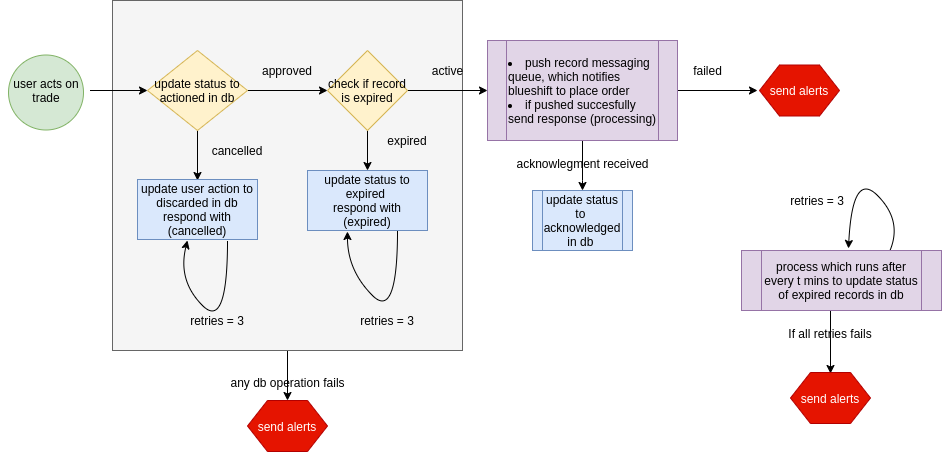
Before: notification service flow chart 1.png, a diagram exported from draw.io (madhusai3113/bootcards). Source tidied: cells renumbered, new cells last; positions are measured from the earlier drawing's top-left corner, leaving out a move shared by most shapes. Its diagram source:
```xml
<mxGraphModel>
  <root>
    <mxCell id="0" />
    <mxCell id="1" parent="0" />
    <mxCell id="2" style="edgeStyle=orthogonalEdgeStyle;rounded=0;jettySize=auto;html=1;" parent="1" edge="1" source="3">
      <mxGeometry relative="1" as="geometry">
        <mxPoint x="286" y="400" as="targetPoint" />
      </mxGeometry>
    </mxCell>
    <mxCell id="3" style="whiteSpace=wrap;html=1;fillColor=#f5f5f5;strokeColor=#666666;fontColor=#333333;" parent="1" vertex="1">
      <mxGeometry x="111" width="350" height="350" as="geometry" />
    </mxCell>
    <mxCell id="4" style="edgeStyle=orthogonalEdgeStyle;rounded=0;jettySize=auto;html=1;" parent="1" edge="1" source="6">
      <mxGeometry relative="1" as="geometry">
        <mxPoint x="196" y="180" as="targetPoint" />
      </mxGeometry>
    </mxCell>
    <mxCell id="5" style="edgeStyle=orthogonalEdgeStyle;rounded=0;jettySize=auto;html=1;" parent="1" edge="1" source="6">
      <mxGeometry relative="1" as="geometry">
        <mxPoint x="326" y="90" as="targetPoint" />
      </mxGeometry>
    </mxCell>
    <mxCell id="6" value="update status to actioned in db" style="rhombus;whiteSpace=wrap;html=1;fillColor=#fff2cc;strokeColor=#d6b656;" parent="1" vertex="1">
      <mxGeometry x="146" y="50" width="100" height="80" as="geometry" />
    </mxCell>
    <mxCell id="7" style="edgeStyle=orthogonalEdgeStyle;rounded=0;jettySize=auto;html=1;" parent="1" edge="1" target="6">
      <mxGeometry relative="1" as="geometry">
        <mxPoint x="88.5" y="90" as="sourcePoint" />
      </mxGeometry>
    </mxCell>
    <mxCell id="8" value="update user action to discarded in db&lt;br&gt;respond with (cancelled)" style="rounded=0;whiteSpace=wrap;html=1;fillColor=#dae8fc;strokeColor=#6c8ebf;" parent="1" vertex="1">
      <mxGeometry x="136" y="179" width="120" height="60" as="geometry" />
    </mxCell>
    <mxCell id="9" value="cancelled" style="text;html=1;strokeColor=none;fillColor=none;align=center;verticalAlign=middle;whiteSpace=wrap;rounded=0;" parent="1" vertex="1">
      <mxGeometry x="216" y="140" width="40" height="20" as="geometry" />
    </mxCell>
    <mxCell id="10" style="edgeStyle=orthogonalEdgeStyle;rounded=0;jettySize=auto;html=1;" parent="1" edge="1" source="12">
      <mxGeometry relative="1" as="geometry">
        <mxPoint x="366" y="170" as="targetPoint" />
        <Array as="points">
          <mxPoint x="366" y="170" />
          <mxPoint x="366" y="170" />
        </Array>
      </mxGeometry>
    </mxCell>
    <mxCell id="11" style="edgeStyle=orthogonalEdgeStyle;rounded=0;jettySize=auto;html=1;" parent="1" edge="1" source="12">
      <mxGeometry relative="1" as="geometry">
        <mxPoint x="486" y="90" as="targetPoint" />
      </mxGeometry>
    </mxCell>
    <mxCell id="12" value="check if record is expired" style="rhombus;whiteSpace=wrap;html=1;fillColor=#fff2cc;strokeColor=#d6b656;" parent="1" vertex="1">
      <mxGeometry x="326" y="50" width="80" height="80" as="geometry" />
    </mxCell>
    <mxCell id="13" value="approved" style="text;html=1;strokeColor=none;fillColor=none;align=center;verticalAlign=middle;whiteSpace=wrap;rounded=0;" parent="1" vertex="1">
      <mxGeometry x="266" y="60" width="40" height="20" as="geometry" />
    </mxCell>
    <mxCell id="14" value="expired" style="text;html=1;strokeColor=none;fillColor=none;align=center;verticalAlign=middle;whiteSpace=wrap;rounded=0;" parent="1" vertex="1">
      <mxGeometry x="386" y="130" width="40" height="20" as="geometry" />
    </mxCell>
    <mxCell id="15" value="update status to expired&amp;nbsp;&lt;br&gt;respond with&lt;br&gt;(expired)" style="rounded=0;whiteSpace=wrap;html=1;fillColor=#dae8fc;strokeColor=#6c8ebf;" parent="1" vertex="1">
      <mxGeometry x="306" y="170" width="120" height="60" as="geometry" />
    </mxCell>
    <mxCell id="16" value="active" style="text;html=1;align=center;verticalAlign=middle;" parent="1" vertex="1">
      <mxGeometry x="421" y="60" width="50" height="20" as="geometry" />
    </mxCell>
    <mxCell id="17" style="edgeStyle=orthogonalEdgeStyle;rounded=0;jettySize=auto;html=1;" parent="1" edge="1" source="19">
      <mxGeometry relative="1" as="geometry">
        <mxPoint x="581" y="190" as="targetPoint" />
        <Array as="points">
          <mxPoint x="581" y="180" />
          <mxPoint x="581" y="180" />
        </Array>
      </mxGeometry>
    </mxCell>
    <mxCell id="18" style="edgeStyle=orthogonalEdgeStyle;rounded=0;jettySize=auto;html=1;" parent="1" edge="1" source="19">
      <mxGeometry relative="1" as="geometry">
        <mxPoint x="756" y="90" as="targetPoint" />
      </mxGeometry>
    </mxCell>
    <mxCell id="19" value="&lt;li style=&quot;white-space: normal&quot;&gt;push record messaging queue, which notifies blueshift to place order&lt;/li&gt;&lt;li style=&quot;white-space: normal&quot;&gt;if pushed succesfully send response (processing)&lt;/li&gt;" style="shape=process;whiteSpace=wrap;html=1;backgroundOutline=1;align=left;fillColor=#e1d5e7;strokeColor=#9673a6;" parent="1" vertex="1">
      <mxGeometry x="486" y="40" width="190" height="100" as="geometry" />
    </mxCell>
    <mxCell id="20" value="&lt;span style=&quot;white-space: normal&quot;&gt;update status to&amp;nbsp; acknowledged in db&amp;nbsp;&lt;br&gt;&lt;/span&gt;" style="shape=process;whiteSpace=wrap;html=1;backgroundOutline=1;align=center;fillColor=#dae8fc;strokeColor=#6c8ebf;" parent="1" vertex="1">
      <mxGeometry x="531" y="190" width="100" height="60" as="geometry" />
    </mxCell>
    <mxCell id="21" value="acknowlegment received" style="text;html=1;align=center;verticalAlign=middle;" parent="1" vertex="1">
      <mxGeometry x="506" y="153" width="150" height="20" as="geometry" />
    </mxCell>
    <mxCell id="22" style="curved=1;endArrow=classic;html=1;" parent="1" edge="1">
      <mxGeometry relative="1" as="geometry">
        <mxPoint x="226" y="240" as="sourcePoint" />
        <mxPoint x="186" y="240" as="targetPoint" />
        <Array as="points">
          <mxPoint x="226" y="330" />
          <mxPoint x="176" y="280" />
        </Array>
      </mxGeometry>
    </mxCell>
    <mxCell id="23" value="retries = 3" style="text;html=1;strokeColor=none;fillColor=none;align=center;verticalAlign=middle;whiteSpace=wrap;rounded=0;" parent="1" vertex="1">
      <mxGeometry x="166" y="310" width="100" height="20" as="geometry" />
    </mxCell>
    <mxCell id="24" style="curved=1;endArrow=classic;html=1;exitX=0.75;exitY=1;exitDx=0;exitDy=0;entryX=0.333;entryY=1.017;entryDx=0;entryDy=0;entryPerimeter=0;" parent="1" edge="1" source="15" target="15">
      <mxGeometry relative="1" as="geometry">
        <Array as="points">
          <mxPoint x="396" y="320" />
          <mxPoint x="346" y="270" />
        </Array>
      </mxGeometry>
    </mxCell>
    <mxCell id="25" value="retries = 3" style="text;html=1;strokeColor=none;fillColor=none;align=center;verticalAlign=middle;whiteSpace=wrap;rounded=0;" parent="1" vertex="1">
      <mxGeometry x="336" y="310" width="100" height="20" as="geometry" />
    </mxCell>
    <mxCell id="26" value="send alerts" style="shape=hexagon;perimeter=hexagonPerimeter2;whiteSpace=wrap;html=1;fillColor=#e51400;strokeColor=#B20000;fontColor=#ffffff;" parent="1" vertex="1">
      <mxGeometry x="246" y="400" width="80" height="51" as="geometry" />
    </mxCell>
    <mxCell id="27" style="edgeStyle=orthogonalEdgeStyle;rounded=0;orthogonalLoop=1;jettySize=auto;html=1;" parent="1" edge="1">
      <mxGeometry relative="1" as="geometry">
        <mxPoint x="829" y="293" as="sourcePoint" />
        <mxPoint x="829" y="373" as="targetPoint" />
      </mxGeometry>
    </mxCell>
    <mxCell id="28" value="send alerts" style="shape=hexagon;perimeter=hexagonPerimeter2;whiteSpace=wrap;html=1;fillColor=#e51400;strokeColor=#B20000;fontColor=#ffffff;" parent="1" vertex="1">
      <mxGeometry x="789" y="372" width="80" height="51" as="geometry" />
    </mxCell>
    <mxCell id="29" value="If all retries fails" style="text;html=1;strokeColor=none;fillColor=none;align=center;verticalAlign=middle;whiteSpace=wrap;rounded=0;" parent="1" vertex="1">
      <mxGeometry x="769" y="323" width="120" height="20" as="geometry" />
    </mxCell>
    <mxCell id="30" style="curved=1;endArrow=classic;html=1;exitX=0.25;exitY=0;exitDx=0;exitDy=0;entryX=0.116;entryY=-0.029;entryDx=0;entryDy=0;entryPerimeter=0;" parent="1" edge="1">
      <mxGeometry relative="1" as="geometry">
        <mxPoint x="888.5" y="250" as="sourcePoint" />
        <mxPoint x="847" y="248" as="targetPoint" />
        <Array as="points">
          <mxPoint x="901" y="220" />
          <mxPoint x="851" y="170" />
        </Array>
      </mxGeometry>
    </mxCell>
    <mxCell id="31" value="retries = 3" style="text;html=1;strokeColor=none;fillColor=none;align=center;verticalAlign=middle;whiteSpace=wrap;rounded=0;" parent="1" vertex="1">
      <mxGeometry x="766" y="190" width="100" height="20" as="geometry" />
    </mxCell>
    <mxCell id="32" value="process which runs after every t mins to update status of expired records in db" style="shape=process;whiteSpace=wrap;html=1;backgroundOutline=1;fillColor=#e1d5e7;strokeColor=#9673a6;" parent="1" vertex="1">
      <mxGeometry x="740" y="250" width="200" height="60" as="geometry" />
    </mxCell>
    <mxCell id="33" value="any db operation fails" style="text;html=1;align=center;verticalAlign=middle;" parent="1" vertex="1">
      <mxGeometry x="221" y="372" width="130" height="20" as="geometry" />
    </mxCell>
    <mxCell id="34" value="failed" style="text;html=1;align=center;verticalAlign=middle;" parent="1" vertex="1">
      <mxGeometry x="686" y="60" width="40" height="20" as="geometry" />
    </mxCell>
    <mxCell id="35" value="send alerts" style="shape=hexagon;perimeter=hexagonPerimeter2;whiteSpace=wrap;html=1;fillColor=#e51400;strokeColor=#B20000;fontColor=#ffffff;" parent="1" vertex="1">
      <mxGeometry x="758" y="64.5" width="80" height="51" as="geometry" />
    </mxCell>
    <mxCell id="36" style="ellipse;whiteSpace=wrap;html=1;fillColor=#d5e8d4;strokeColor=#82b366;" parent="1" vertex="1">
      <mxGeometry x="7" y="54.5" width="75" height="75" as="geometry" />
    </mxCell>
    <mxCell id="37" value="user acts on trade" style="text;html=1;align=center;verticalAlign=middle;whiteSpace=wrap;rounded=0;" parent="1" vertex="1">
      <mxGeometry x="-0.5" y="80" width="90" height="20" as="geometry" />
    </mxCell>
  </root>
</mxGraphModel>
```
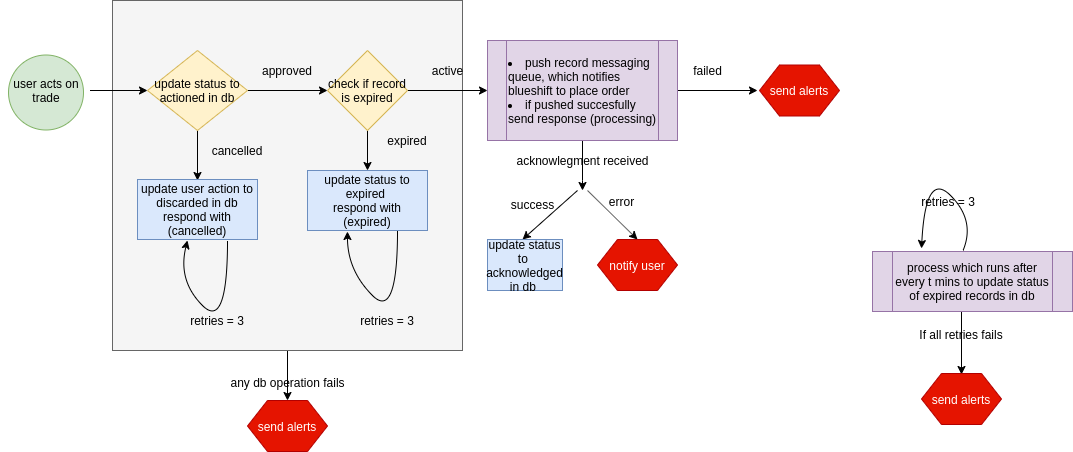
After the change.

Diff of the diagram source:
```diff
@@ -80,11 +80,8 @@
     <mxCell id="19" value="&lt;li style=&quot;white-space: normal&quot;&gt;push record messaging queue, which notifies blueshift to place order&lt;/li&gt;&lt;li style=&quot;white-space: normal&quot;&gt;if pushed succesfully send response (processing)&lt;/li&gt;" style="shape=process;whiteSpace=wrap;html=1;backgroundOutline=1;align=left;fillColor=#e1d5e7;strokeColor=#9673a6;" parent="1" vertex="1">
       <mxGeometry x="486" y="40" width="190" height="100" as="geometry" />
     </mxCell>
-    <mxCell id="20" value="&lt;span style=&quot;white-space: normal&quot;&gt;update status to&amp;nbsp; acknowledged in db&amp;nbsp;&lt;br&gt;&lt;/span&gt;" style="shape=process;whiteSpace=wrap;html=1;backgroundOutline=1;align=center;fillColor=#dae8fc;strokeColor=#6c8ebf;" parent="1" vertex="1">
-      <mxGeometry x="531" y="190" width="100" height="60" as="geometry" />
-    </mxCell>
     <mxCell id="21" value="acknowlegment received" style="text;html=1;align=center;verticalAlign=middle;" parent="1" vertex="1">
-      <mxGeometry x="506" y="153" width="150" height="20" as="geometry" />
+      <mxGeometry x="506" y="150" width="150" height="20" as="geometry" />
     </mxCell>
     <mxCell id="22" style="curved=1;endArrow=classic;html=1;" parent="1" edge="1">
       <mxGeometry relative="1" as="geometry">
@@ -115,31 +112,31 @@
     </mxCell>
     <mxCell id="27" style="edgeStyle=orthogonalEdgeStyle;rounded=0;orthogonalLoop=1;jettySize=auto;html=1;" parent="1" edge="1">
       <mxGeometry relative="1" as="geometry">
-        <mxPoint x="829" y="293" as="sourcePoint" />
-        <mxPoint x="829" y="373" as="targetPoint" />
+        <mxPoint x="960" y="294" as="sourcePoint" />
+        <mxPoint x="960" y="374" as="targetPoint" />
       </mxGeometry>
     </mxCell>
     <mxCell id="28" value="send alerts" style="shape=hexagon;perimeter=hexagonPerimeter2;whiteSpace=wrap;html=1;fillColor=#e51400;strokeColor=#B20000;fontColor=#ffffff;" parent="1" vertex="1">
-      <mxGeometry x="789" y="372" width="80" height="51" as="geometry" />
+      <mxGeometry x="920" y="373" width="80" height="51" as="geometry" />
     </mxCell>
     <mxCell id="29" value="If all retries fails" style="text;html=1;strokeColor=none;fillColor=none;align=center;verticalAlign=middle;whiteSpace=wrap;rounded=0;" parent="1" vertex="1">
-      <mxGeometry x="769" y="323" width="120" height="20" as="geometry" />
+      <mxGeometry x="900" y="324" width="120" height="20" as="geometry" />
     </mxCell>
     <mxCell id="30" style="curved=1;endArrow=classic;html=1;exitX=0.25;exitY=0;exitDx=0;exitDy=0;entryX=0.116;entryY=-0.029;entryDx=0;entryDy=0;entryPerimeter=0;" parent="1" edge="1">
       <mxGeometry relative="1" as="geometry">
-        <mxPoint x="888.5" y="250" as="sourcePoint" />
-        <mxPoint x="847" y="248" as="targetPoint" />
+        <mxPoint x="961.5" y="250" as="sourcePoint" />
+        <mxPoint x="920" y="248" as="targetPoint" />
         <Array as="points">
-          <mxPoint x="901" y="220" />
-          <mxPoint x="851" y="170" />
+          <mxPoint x="974" y="220" />
+          <mxPoint x="924" y="170" />
         </Array>
       </mxGeometry>
     </mxCell>
     <mxCell id="31" value="retries = 3" style="text;html=1;strokeColor=none;fillColor=none;align=center;verticalAlign=middle;whiteSpace=wrap;rounded=0;" parent="1" vertex="1">
-      <mxGeometry x="766" y="190" width="100" height="20" as="geometry" />
+      <mxGeometry x="897" y="191" width="100" height="20" as="geometry" />
     </mxCell>
     <mxCell id="32" value="process which runs after every t mins to update status of expired records in db" style="shape=process;whiteSpace=wrap;html=1;backgroundOutline=1;fillColor=#e1d5e7;strokeColor=#9673a6;" parent="1" vertex="1">
-      <mxGeometry x="740" y="250" width="200" height="60" as="geometry" />
+      <mxGeometry x="871" y="251" width="200" height="60" as="geometry" />
     </mxCell>
     <mxCell id="33" value="any db operation fails" style="text;html=1;align=center;verticalAlign=middle;" parent="1" vertex="1">
       <mxGeometry x="221" y="372" width="130" height="20" as="geometry" />
@@ -156,5 +153,28 @@
     <mxCell id="37" value="user acts on trade" style="text;html=1;align=center;verticalAlign=middle;whiteSpace=wrap;rounded=0;" parent="1" vertex="1">
       <mxGeometry x="-0.5" y="80" width="90" height="20" as="geometry" />
     </mxCell>
+    <mxCell id="38" style="endArrow=classic;html=1;entryX=0.5;entryY=0;entryDx=0;entryDy=0;" parent="1" edge="1">
+      <mxGeometry relative="1" as="geometry">
+        <mxPoint x="576" y="190" as="sourcePoint" />
+        <mxPoint x="521" y="239" as="targetPoint" />
+      </mxGeometry>
+    </mxCell>
+    <mxCell id="20" value="&lt;span style=&quot;white-space: normal&quot;&gt;update status to&amp;nbsp; acknowledged in db&amp;nbsp;&lt;/span&gt;" style="rounded=0;whiteSpace=wrap;html=1;align=center;fillColor=#dae8fc;strokeColor=#6c8ebf;" parent="1" vertex="1">
+      <mxGeometry x="486" y="239" width="75" height="51" as="geometry" />
+    </mxCell>
+    <mxCell id="39" style="endArrow=classic;html=1;entryX=0.5;entryY=0;entryDx=0;entryDy=0;" parent="1" edge="1" target="42">
+      <mxGeometry relative="1" as="geometry">
+        <mxPoint x="586" y="190" as="sourcePoint" />
+      </mxGeometry>
+    </mxCell>
+    <mxCell id="40" value="success" style="text;html=1;align=center;verticalAlign=middle;" parent="1" vertex="1">
+      <mxGeometry x="501" y="194" width="60" height="20" as="geometry" />
+    </mxCell>
+    <mxCell id="41" value="error" style="text;html=1;align=center;verticalAlign=middle;" parent="1" vertex="1">
+      <mxGeometry x="600" y="191" width="40" height="20" as="geometry" />
+    </mxCell>
+    <mxCell id="42" value="notify user" style="shape=hexagon;perimeter=hexagonPerimeter2;whiteSpace=wrap;html=1;fillColor=#e51400;strokeColor=#B20000;fontColor=#ffffff;" parent="1" vertex="1">
+      <mxGeometry x="596" y="239" width="80" height="51" as="geometry" />
+    </mxCell>
   </root>
 </mxGraphModel>
```
